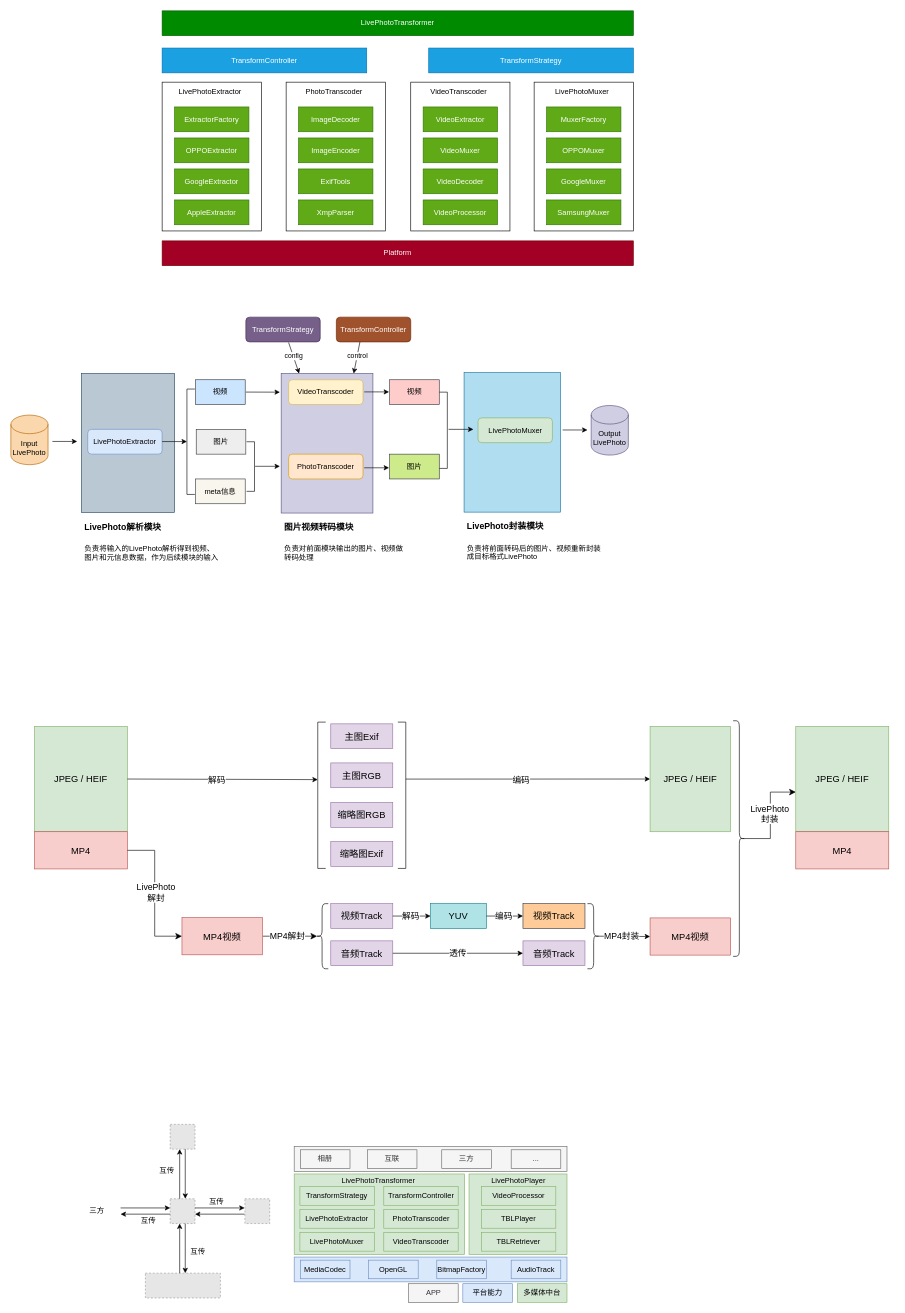
The draw.io diagram page "LivePhoto" (4 of 4) of graph.drawio in AndyYoung1004/draw.io, before the edit. Source tidied: cells renumbered, new cells numbered last; positions are measured from the earlier drawing's top-left corner, leaving out a move shared by most shapes. Both pictures are drawn from the tidied source at 62%, with x=0, y=0 at pixel (11, 11). Pictures stored in the file or linked from it are replaced by grey dashed boxes.
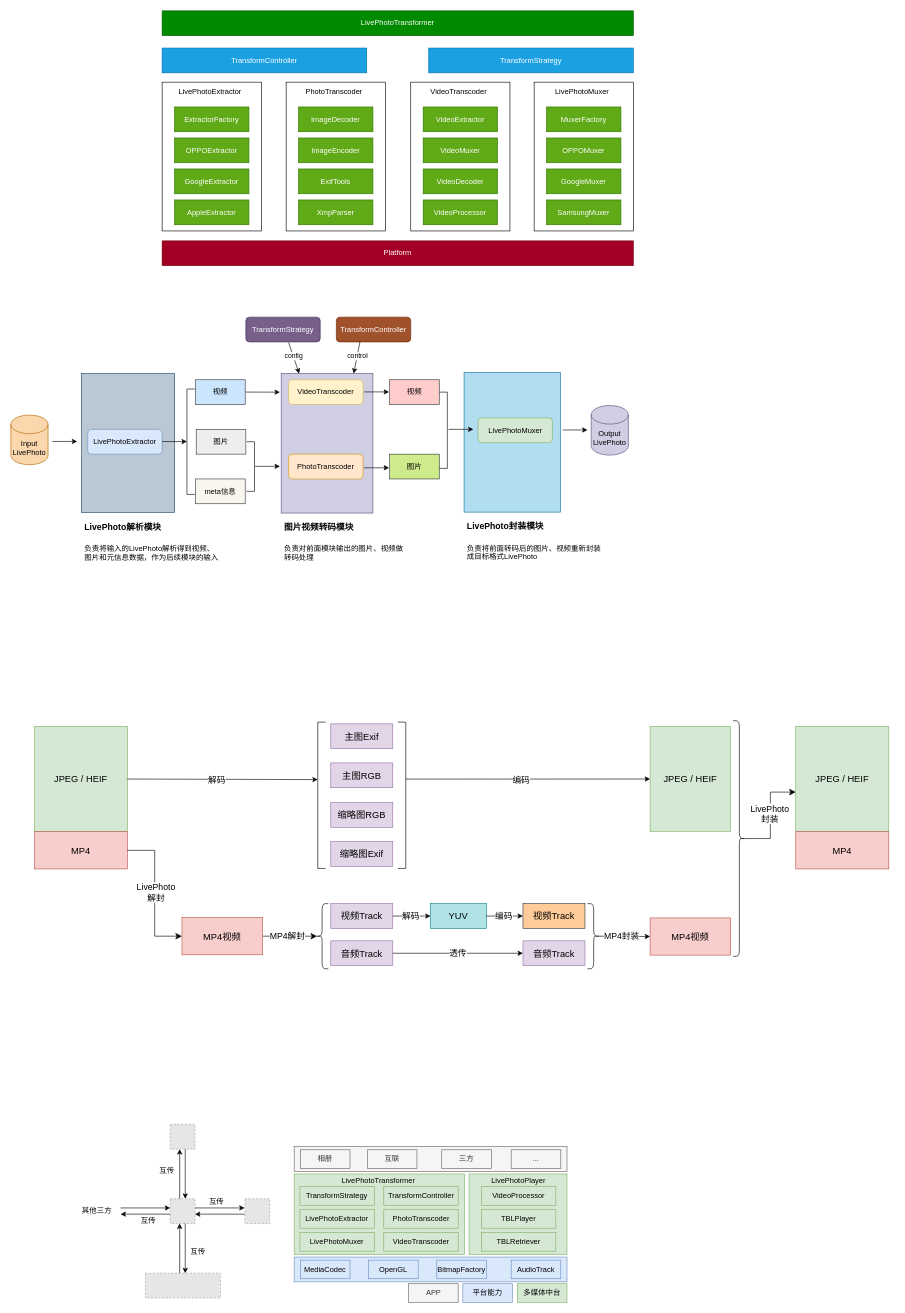
After the change.

The edit, as a diff of the source:
```diff
@@
-    <mxCell id="146" value="三方" style="text;html=1;align=center;verticalAlign=middle;whiteSpace=wrap;rounded=0;" parent="1" vertex="1">
+    <mxCell id="146" value="其他三方" style="text;html=1;align=center;verticalAlign=middle;whiteSpace=wrap;rounded=0;" parent="1" vertex="1">
       <mxGeometry x="109" y="1921" width="60" height="30" as="geometry" />
     </mxCell>
```
